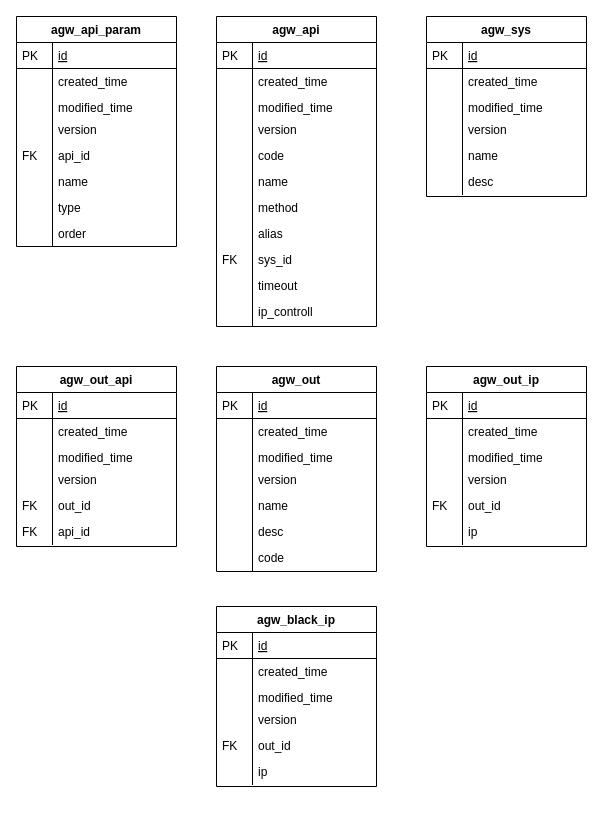
Above: 2020/04/07/APIGateway设计文档/APIGateway数据库设计.drawio in pulllock/pulllock.github.com (draw.io), before the change. Source tidied: cells renumbered, new cells numbered last; positions are measured from the earlier drawing's top-left corner, leaving out a move shared by most shapes. Both pictures are drawn from the tidied source at 100%, with x=0, y=0 at pixel (16, 16).
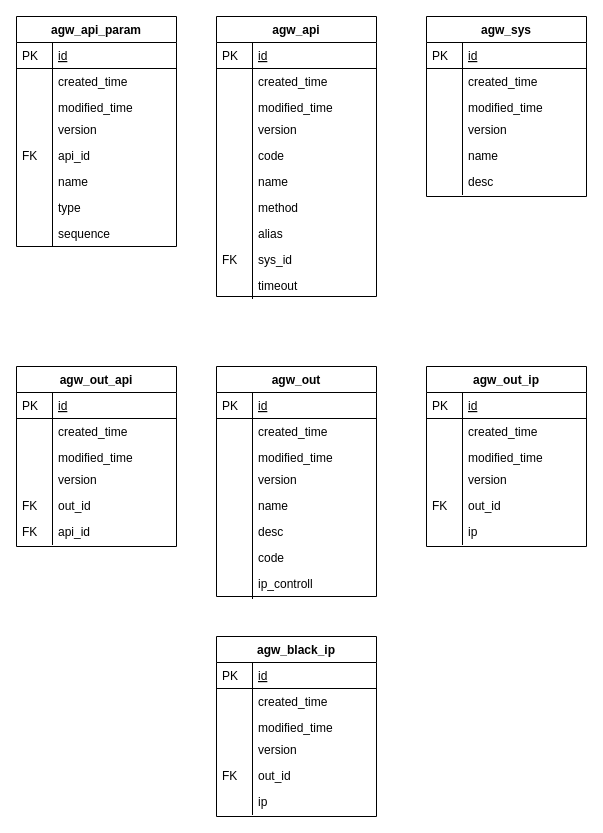
Above is the later version.

Change to the diagram source:
```diff
@@
     <mxCell id="2" value="agw_api" style="swimlane;fontStyle=1;horizontal=1;startSize=26;rounded=0;shadow=0;strokeWidth=1;" parent="1" vertex="1">
-      <mxGeometry x="200" width="160" height="310" as="geometry" />
+      <mxGeometry x="200" width="160" height="280" as="geometry" />
     </mxCell>
@@
-    <mxCell id="23" value="ip_controll" style="shape=partialRectangle;top=0;left=0;right=0;bottom=0;align=left;verticalAlign=top;fillColor=none;spacingLeft=40;spacingRight=4;overflow=hidden;rounded=0;shadow=0;strokeWidth=1;" parent="1" vertex="1">
-      <mxGeometry x="200" y="282" width="160" height="28" as="geometry" />
-    </mxCell>
-    <mxCell id="24" style="shape=partialRectangle;top=0;left=0;bottom=0;fillColor=none;align=left;verticalAlign=top;spacingLeft=4;spacingRight=4;overflow=hidden;" parent="23" vertex="1">
-      <mxGeometry width="36" height="28" as="geometry" />
-    </mxCell>
@@
-    <mxCell id="33" value="order" style="shape=partialRectangle;top=0;left=0;right=0;bottom=0;align=left;verticalAlign=top;fillColor=none;spacingLeft=40;spacingRight=4;overflow=hidden;rounded=0;shadow=0;strokeWidth=1;" parent="1" vertex="1">
+    <mxCell id="33" value="sequence" style="shape=partialRectangle;top=0;left=0;right=0;bottom=0;align=left;verticalAlign=top;fillColor=none;spacingLeft=40;spacingRight=4;overflow=hidden;rounded=0;shadow=0;strokeWidth=1;" parent="1" vertex="1">
       <mxGeometry y="204" width="160" height="26" as="geometry" />
     </mxCell>
@@
     <mxCell id="63" value="agw_out" style="swimlane;fontStyle=1;horizontal=1;startSize=26;rounded=0;shadow=0;strokeWidth=1;" parent="1" vertex="1">
-      <mxGeometry x="200" y="350" width="160" height="205" as="geometry" />
+      <mxGeometry x="200" y="350" width="160" height="230" as="geometry" />
     </mxCell>
@@
     <mxCell id="96" value="version" style="shape=partialRectangle;top=0;left=0;right=0;bottom=0;align=left;verticalAlign=top;fillColor=none;spacingLeft=40;spacingRight=4;overflow=hidden;rounded=0;shadow=0;strokeWidth=1;" parent="1" vertex="1">
-      <mxGeometry x="200" y="690" width="160" height="26" as="geometry" />
+      <mxGeometry x="200" y="720" width="160" height="26" as="geometry" />
     </mxCell>
@@
     <mxCell id="98" value="out_id" style="shape=partialRectangle;top=0;left=0;right=0;bottom=0;align=left;verticalAlign=top;fillColor=none;spacingLeft=40;spacingRight=4;overflow=hidden;rounded=0;shadow=0;strokeWidth=1;" parent="1" vertex="1">
-      <mxGeometry x="200" y="716" width="160" height="26" as="geometry" />
+      <mxGeometry x="200" y="746" width="160" height="26" as="geometry" />
     </mxCell>
@@
     <mxCell id="100" value="ip" style="shape=partialRectangle;top=0;left=0;right=0;bottom=0;align=left;verticalAlign=top;fillColor=none;spacingLeft=40;spacingRight=4;overflow=hidden;rounded=0;shadow=0;strokeWidth=1;" parent="1" vertex="1">
-      <mxGeometry x="200" y="742" width="160" height="26" as="geometry" />
+      <mxGeometry x="200" y="772" width="160" height="26" as="geometry" />
     </mxCell>
@@
     <mxCell id="102" value="agw_black_ip" style="swimlane;fontStyle=1;horizontal=1;startSize=26;rounded=0;shadow=0;strokeWidth=1;" parent="1" vertex="1">
-      <mxGeometry x="200" y="590" width="160" height="180" as="geometry" />
+      <mxGeometry x="200" y="620" width="160" height="180" as="geometry" />
     </mxCell>
@@
+    <mxCell id="23" value="ip_controll" style="shape=partialRectangle;top=0;left=0;right=0;bottom=0;align=left;verticalAlign=top;fillColor=none;spacingLeft=40;spacingRight=4;overflow=hidden;rounded=0;shadow=0;strokeWidth=1;" parent="1" vertex="1">
+      <mxGeometry x="200" y="554" width="160" height="28" as="geometry" />
+    </mxCell>
+    <mxCell id="24" style="shape=partialRectangle;top=0;left=0;bottom=0;fillColor=none;align=left;verticalAlign=top;spacingLeft=4;spacingRight=4;overflow=hidden;" parent="23" vertex="1">
+      <mxGeometry width="36" height="28" as="geometry" />
+    </mxCell>
```
